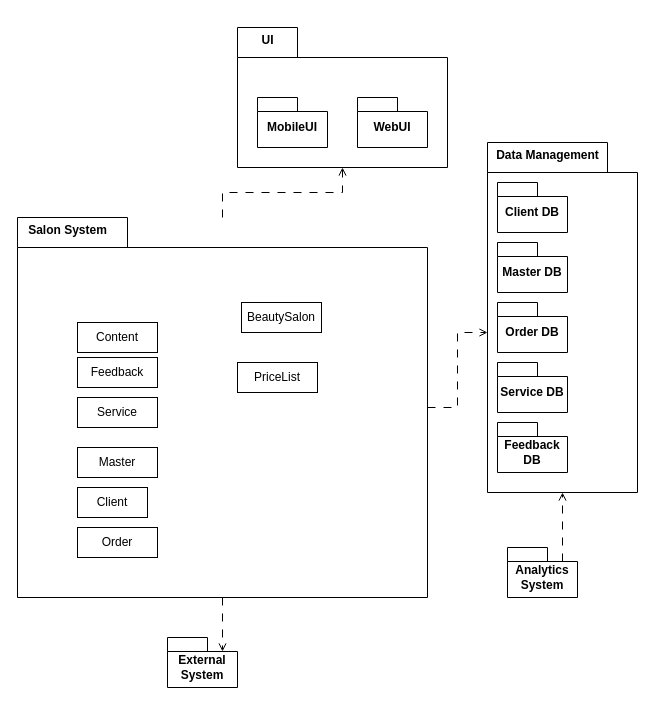
Above: Диаграмма_Пакетов.drawio in Artvell3000/umlLab2 (draw.io), before the change. Source tidied: cells renumbered, new cells numbered last; positions are measured from the earlier drawing's top-left corner, leaving out a move shared by most shapes. Both pictures are drawn from the tidied source at 100%, with x=0, y=0 at pixel (17, 17).
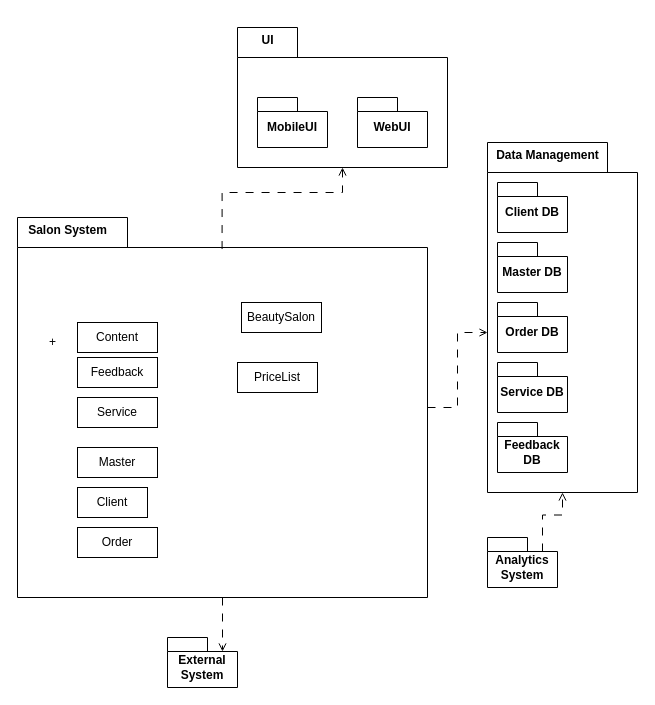
Above is the later version.

The change refers to these unchanged cells:
```xml
<mxCell id="2" style="shape=folder;fontStyle=1;spacingTop=10;tabWidth=60;tabHeight=30;tabPosition=left;html=1;whiteSpace=wrap;" parent="1" vertex="1">
  <mxGeometry x="220" y="10" width="210" height="140" as="geometry" />
</mxCell>
<mxCell id="6" style="shape=folder;fontStyle=1;spacingTop=10;tabWidth=110;tabHeight=30;tabPosition=left;html=1;whiteSpace=wrap;" parent="1" vertex="1">
  <mxGeometry y="200" width="410" height="380" as="geometry" />
</mxCell>
```

What changed in the source:
```diff
@@
-    <mxCell id="14" style="edgeStyle=orthogonalEdgeStyle;rounded=0;jettySize=auto;html=1;entryX=0.5;entryY=1;entryDx=0;entryDy=0;entryPerimeter=0;dashed=1;endArrow=open;endFill=0;dashPattern=8 8;" parent="1" edge="1" source="6" target="2">
+    <mxCell id="14" style="edgeStyle=orthogonalEdgeStyle;rounded=0;jettySize=auto;html=1;entryX=0.5;entryY=1;entryDx=0;entryDy=0;entryPerimeter=0;dashed=1;endArrow=open;endFill=0;dashPattern=8 8;exitX=0.499;exitY=0.083;exitDx=0;exitDy=0;exitPerimeter=0;" parent="1" edge="1" source="6" target="2">
       <mxGeometry relative="1" as="geometry" />
     </mxCell>
@@
     <mxCell id="17" value="Analytics System" style="shape=folder;fontStyle=1;spacingTop=10;tabWidth=40;tabHeight=14;tabPosition=left;html=1;whiteSpace=wrap;" parent="1" vertex="1">
-      <mxGeometry x="490" y="530" width="70" height="50" as="geometry" />
+      <mxGeometry x="470" y="520" width="70" height="50" as="geometry" />
     </mxCell>
@@
+    <mxCell id="29" value="+" style="text;html=1;align=center;verticalAlign=middle;strokeColor=none;fillColor=none;" parent="1" vertex="1">
+      <mxGeometry x="20" y="310" width="30" height="30" as="geometry" />
+    </mxCell>
```
